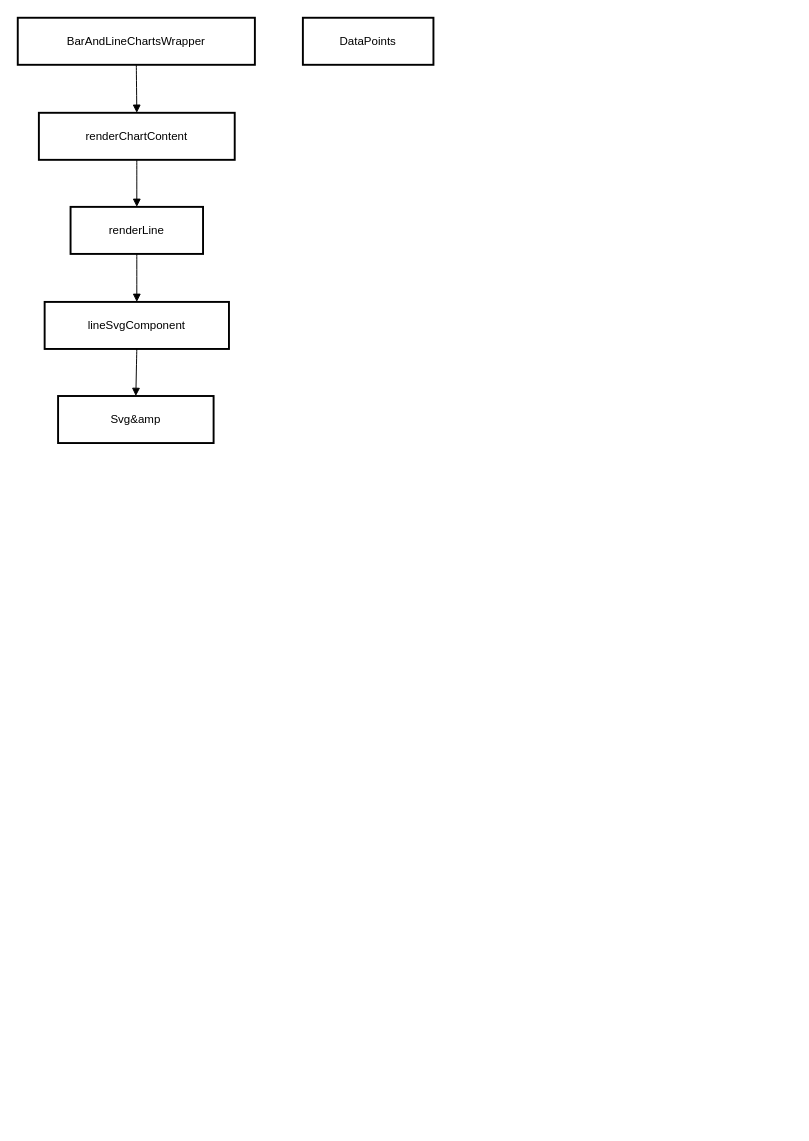
Abhinandan-Kushwaha/react-native-gifted-charts keeps this draw.io diagram as docs/dev/LineChart/Untitled Diagram.drawio. Above is the earlier version. Source tidied: cells renumbered, new cells numbered last; positions are measured from the earlier drawing's top-left corner, leaving out a move shared by most shapes. Both pictures are drawn from the tidied source at 96%, with x=0, y=0 at pixel (17, 17).
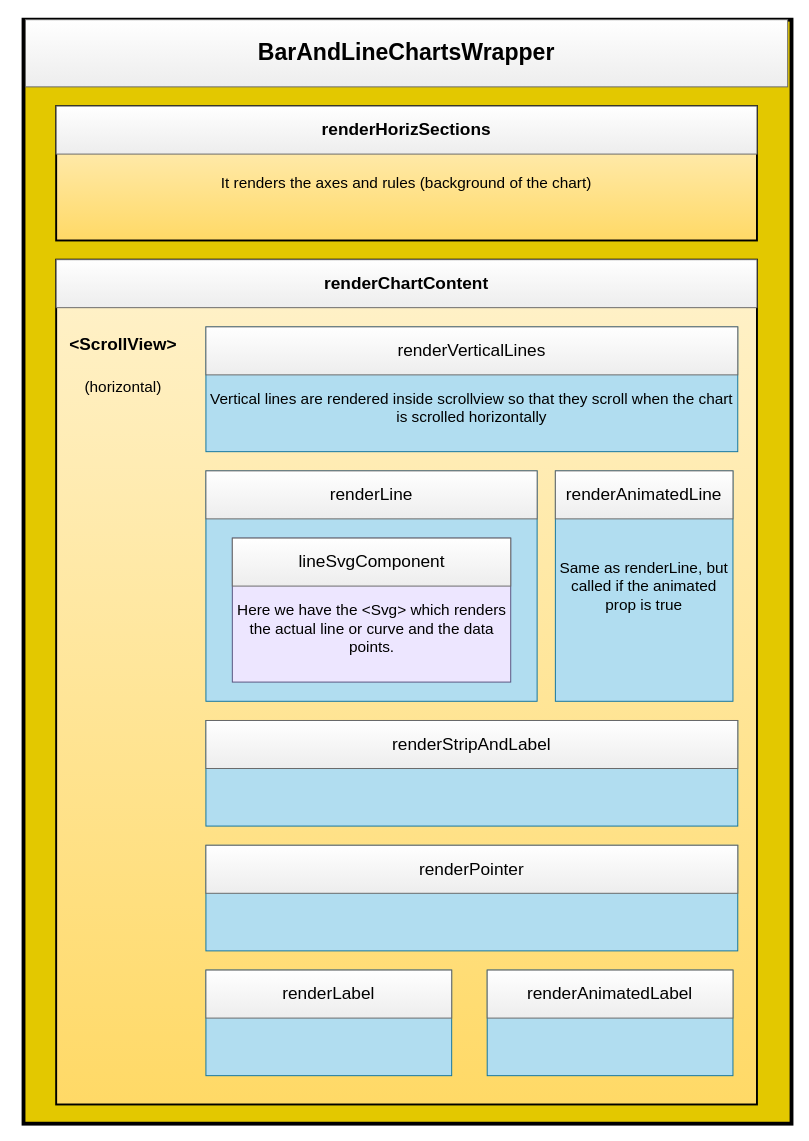
Above is the later version.

The edit, as a diff of the source:
```diff
@@
+    <mxCell id="12" style="rounded=0;whiteSpace=wrap;html=1;fillColor=#e3c800;fontColor=#000000;strokeColor=#000000;strokeWidth=4;" parent="1" vertex="1">
+      <mxGeometry x="6" y="2" width="800" height="1150" as="geometry" />
+    </mxCell>
-    <mxCell id="2" value="BarAndLineChartsWrapper" style="whiteSpace=wrap;strokeWidth=2;" parent="1" vertex="1">
-      <mxGeometry width="247" height="49" as="geometry" />
+    <mxCell id="2" value="&lt;font style=&quot;font-size: 24px;&quot;&gt;&lt;b&gt;BarAndLineChartsWrapper&lt;/b&gt;&lt;/font&gt;" style="rounded=0;whiteSpace=wrap;html=1;fillColor=#FFFFFF;gradientColor=#EDEDED;strokeColor=#666666;" parent="1" vertex="1">
+      <mxGeometry x="8" y="2" width="794" height="70" as="geometry" />
     </mxCell>
+    <mxCell id="13" value="&lt;div&gt;&lt;font style=&quot;font-size: 16px;&quot;&gt;&lt;br&gt;&lt;/font&gt;&lt;/div&gt;&lt;font style=&quot;font-size: 16px;&quot;&gt;It renders the axes and rules (background of the chart)&lt;/font&gt;" style="rounded=0;whiteSpace=wrap;html=1;fillColor=#fff2cc;gradientColor=#ffd966;strokeColor=#000000;strokeWidth=2;" parent="1" vertex="1">
+      <mxGeometry x="40" y="92" width="730" height="140" as="geometry" />
+    </mxCell>
+    <mxCell id="14" value="&lt;font style=&quot;font-size: 18px;&quot;&gt;&lt;b&gt;renderHorizSections&lt;/b&gt;&lt;/font&gt;" style="rounded=0;whiteSpace=wrap;html=1;fillColor=#FFFFFF;gradientColor=#EDEDED;strokeColor=#666666;" parent="1" vertex="1">
+      <mxGeometry x="40" y="92" width="730" height="50" as="geometry" />
+    </mxCell>
+    <mxCell id="15" style="rounded=0;whiteSpace=wrap;html=1;fillColor=#fff2cc;strokeColor=#000000;gradientColor=#ffd966;strokeWidth=2;" parent="1" vertex="1">
+      <mxGeometry x="40" y="252" width="730" height="880" as="geometry" />
+    </mxCell>
-    <mxCell id="3" value="renderChartContent" style="whiteSpace=wrap;strokeWidth=2;" parent="1" vertex="1">
-      <mxGeometry x="22" y="99" width="204" height="49" as="geometry" />
+    <mxCell id="3" value="&lt;font style=&quot;font-size: 18px;&quot;&gt;&lt;b&gt;renderChartContent&lt;/b&gt;&lt;/font&gt;" style="rounded=0;whiteSpace=wrap;html=1;fillColor=#FFFFFF;gradientColor=#EDEDED;strokeColor=#666666;" parent="1" vertex="1">
+      <mxGeometry x="40" y="252" width="730" height="50" as="geometry" />
     </mxCell>
+    <mxCell id="16" value="&lt;font style=&quot;font-size: 18px;&quot;&gt;&lt;b&gt;&amp;lt;ScrollView&amp;gt;&lt;/b&gt;&lt;/font&gt;&lt;div&gt;&lt;span style=&quot;font-size: 18px;&quot;&gt;&lt;b&gt;&lt;br&gt;&lt;/b&gt;&lt;/span&gt;&lt;div&gt;&lt;font style=&quot;font-size: 16px;&quot;&gt;(horizontal)&lt;/font&gt;&lt;/div&gt;&lt;/div&gt;" style="rounded=0;whiteSpace=wrap;html=1;strokeColor=none;fillColor=none;" parent="1" vertex="1">
+      <mxGeometry x="40" y="322" width="140" height="80" as="geometry" />
+    </mxCell>
+    <mxCell id="17" style="rounded=0;whiteSpace=wrap;html=1;fillColor=#b1ddf0;strokeColor=#10739e;" parent="1" vertex="1">
+      <mxGeometry x="196" y="472" width="345" height="240" as="geometry" />
+    </mxCell>
-    <mxCell id="4" value="renderLine" style="whiteSpace=wrap;strokeWidth=2;" parent="1" vertex="1">
-      <mxGeometry x="55" y="197" width="138" height="49" as="geometry" />
+    <mxCell id="4" value="&lt;font style=&quot;font-size: 18px;&quot;&gt;renderLine&lt;/font&gt;" style="rounded=0;whiteSpace=wrap;html=1;fillColor=#FFFFFF;gradientColor=#EDEDED;strokeColor=#666666;" parent="1" vertex="1">
+      <mxGeometry x="196" y="472" width="345" height="50" as="geometry" />
     </mxCell>
+    <mxCell id="18" value="&lt;font style=&quot;font-size: 16px;&quot;&gt;Same as renderLine, but called if the animated prop is true&lt;/font&gt;" style="rounded=0;whiteSpace=wrap;html=1;fillColor=#b1ddf0;strokeColor=#10739e;" parent="1" vertex="1">
+      <mxGeometry x="560" y="472" width="185" height="240" as="geometry" />
+    </mxCell>
+    <mxCell id="19" value="&lt;font style=&quot;font-size: 18px;&quot;&gt;renderAnimatedLine&lt;/font&gt;" style="rounded=0;whiteSpace=wrap;html=1;fillColor=#FFFFFF;gradientColor=#EDEDED;strokeColor=#666666;" parent="1" vertex="1">
+      <mxGeometry x="560" y="472" width="185" height="50" as="geometry" />
+    </mxCell>
+    <mxCell id="20" value="&lt;div&gt;&lt;font style=&quot;font-size: 16px;&quot;&gt;&lt;br&gt;&lt;/font&gt;&lt;/div&gt;&lt;div&gt;&lt;font style=&quot;font-size: 16px;&quot;&gt;&lt;br&gt;&lt;/font&gt;&lt;/div&gt;&lt;font style=&quot;font-size: 16px;&quot;&gt;&lt;div&gt;&lt;font style=&quot;font-size: 16px;&quot;&gt;&lt;br&gt;&lt;/font&gt;&lt;/div&gt;Here we have the &amp;lt;Svg&amp;gt; which renders the actual line or curve and&amp;nbsp;&lt;/font&gt;&lt;span style=&quot;background-color: initial; font-size: 16px;&quot;&gt;the data points.&lt;/span&gt;&lt;div&gt;&lt;font style=&quot;font-size: 16px;&quot;&gt;&lt;br&gt;&lt;/font&gt;&lt;/div&gt;" style="rounded=0;whiteSpace=wrap;html=1;fillColor=#EDE6FF;strokeColor=#56517e;" parent="1" vertex="1">
+      <mxGeometry x="223.5" y="542" width="290" height="150" as="geometry" />
+    </mxCell>
-    <mxCell id="5" value="lineSvgComponent" style="whiteSpace=wrap;strokeWidth=2;" parent="1" vertex="1">
-      <mxGeometry x="28" y="296" width="192" height="49" as="geometry" />
+    <mxCell id="5" value="&lt;font style=&quot;font-size: 18px;&quot;&gt;lineSvgComponent&lt;/font&gt;" style="rounded=0;whiteSpace=wrap;html=1;fillColor=#FFFFFF;gradientColor=#EDEDED;strokeColor=#666666;" parent="1" vertex="1">
+      <mxGeometry x="223.5" y="542" width="290" height="50" as="geometry" />
     </mxCell>
-    <mxCell id="6" value="Svg&amp;amp" style="whiteSpace=wrap;strokeWidth=2;" parent="1" vertex="1">
-      <mxGeometry x="42" y="394" width="162" height="49" as="geometry" />
-    </mxCell>
-    <mxCell id="7" value="DataPoints" style="whiteSpace=wrap;strokeWidth=2;" parent="1" vertex="1">
-      <mxGeometry x="297" width="136" height="49" as="geometry" />
-    </mxCell>
-    <mxCell id="8" style="curved=1;startArrow=none;endArrow=block;exitX=0.5;exitY=0.99;entryX=0.5;entryY=-0.01;" parent="1" edge="1" source="2" target="3">
-      <mxGeometry relative="1" as="geometry" />
-    </mxCell>
-    <mxCell id="9" style="curved=1;startArrow=none;endArrow=block;exitX=0.5;exitY=0.98;entryX=0.5;entryY=0;" parent="1" edge="1" source="3" target="4">
-      <mxGeometry relative="1" as="geometry" />
-    </mxCell>
-    <mxCell id="10" style="curved=1;startArrow=none;endArrow=block;exitX=0.5;exitY=0.99;entryX=0.5;entryY=-0.01;" parent="1" edge="1" source="4" target="5">
-      <mxGeometry relative="1" as="geometry" />
-    </mxCell>
-    <mxCell id="11" style="curved=1;startArrow=none;endArrow=block;exitX=0.5;exitY=0.98;entryX=0.5;entryY=0;" parent="1" edge="1" source="5" target="6">
-      <mxGeometry relative="1" as="geometry" />
-    </mxCell>
+    <mxCell id="21" value="&lt;div&gt;&lt;font style=&quot;font-size: 16px;&quot;&gt;&lt;br&gt;&lt;/font&gt;&lt;/div&gt;&lt;font style=&quot;font-size: 16px;&quot;&gt;&lt;div&gt;&lt;font style=&quot;font-size: 16px;&quot;&gt;&lt;br&gt;&lt;/font&gt;&lt;/div&gt;Vertical lines are rendered inside scrollview so that they scroll when the chart is scrolled horizontally&lt;/font&gt;" style="rounded=0;whiteSpace=wrap;html=1;fillColor=#b1ddf0;strokeColor=#10739e;" parent="1" vertex="1">
+      <mxGeometry x="196" y="322" width="554" height="130" as="geometry" />
+    </mxCell>
+    <mxCell id="22" value="&lt;font style=&quot;font-size: 18px;&quot;&gt;renderVerticalLines&lt;/font&gt;" style="rounded=0;whiteSpace=wrap;html=1;fillColor=#FFFFFF;gradientColor=#EDEDED;strokeColor=#666666;" parent="1" vertex="1">
+      <mxGeometry x="196" y="322" width="554" height="50" as="geometry" />
+    </mxCell>
+    <mxCell id="23" style="rounded=0;whiteSpace=wrap;html=1;fillColor=#b1ddf0;strokeColor=#10739e;" parent="1" vertex="1">
+      <mxGeometry x="196" y="862" width="554" height="110" as="geometry" />
+    </mxCell>
+    <mxCell id="24" value="&lt;font style=&quot;font-size: 18px;&quot;&gt;renderPointer&lt;/font&gt;" style="rounded=0;whiteSpace=wrap;html=1;fillColor=#FFFFFF;gradientColor=#EDEDED;strokeColor=#666666;" parent="1" vertex="1">
+      <mxGeometry x="196" y="862" width="554" height="50" as="geometry" />
+    </mxCell>
+    <mxCell id="25" style="rounded=0;whiteSpace=wrap;html=1;fillColor=#b1ddf0;strokeColor=#10739e;" parent="1" vertex="1">
+      <mxGeometry x="196" y="732" width="554" height="110" as="geometry" />
+    </mxCell>
+    <mxCell id="26" value="&lt;font style=&quot;font-size: 18px;&quot;&gt;renderStripAndLabel&lt;/font&gt;" style="rounded=0;whiteSpace=wrap;html=1;fillColor=#FFFFFF;gradientColor=#EDEDED;strokeColor=#666666;" parent="1" vertex="1">
+      <mxGeometry x="196" y="732" width="554" height="50" as="geometry" />
+    </mxCell>
+    <mxCell id="27" style="rounded=0;whiteSpace=wrap;html=1;fillColor=#b1ddf0;strokeColor=#10739e;" parent="1" vertex="1">
+      <mxGeometry x="196" y="992" width="256" height="110" as="geometry" />
+    </mxCell>
+    <mxCell id="28" value="&lt;font style=&quot;font-size: 18px;&quot;&gt;renderLabel&lt;/font&gt;" style="rounded=0;whiteSpace=wrap;html=1;fillColor=#FFFFFF;gradientColor=#EDEDED;strokeColor=#666666;" parent="1" vertex="1">
+      <mxGeometry x="196" y="992" width="256" height="50" as="geometry" />
+    </mxCell>
+    <mxCell id="29" style="rounded=0;whiteSpace=wrap;html=1;fillColor=#b1ddf0;strokeColor=#10739e;" parent="1" vertex="1">
+      <mxGeometry x="489" y="992" width="256" height="110" as="geometry" />
+    </mxCell>
+    <mxCell id="30" value="&lt;font style=&quot;font-size: 18px;&quot;&gt;renderAnimatedLabel&lt;/font&gt;" style="rounded=0;whiteSpace=wrap;html=1;fillColor=#FFFFFF;gradientColor=#EDEDED;strokeColor=#666666;" parent="1" vertex="1">
+      <mxGeometry x="489" y="992" width="256" height="50" as="geometry" />
+    </mxCell>
```
